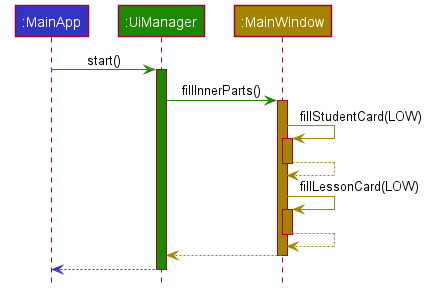
The PlantUML diagram docs/images/CardUiSequenceLaunch.png in nus-cs2103-AY2122S1/tp, before a commit.
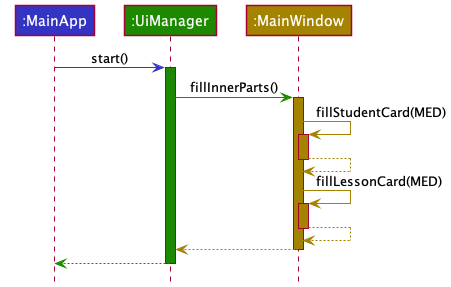
Above is the later version.

The edit, as a diff of the source:
```diff
@@ -5,19 +5,19 @@
 Participant ":UiManager" as ui UI_COLOR
 Participant ":MainWindow" as mainWin STORAGE_COLOR
 
-mainApp -[UI_COLOR]> ui: start()
+mainApp -[LOGIC_COLOR]> ui: start()
 activate ui UI_COLOR
 
 
 ui -[UI_COLOR]> mainWin : fillInnerParts()
 activate mainWin STORAGE_COLOR
 
-mainWin -[STORAGE_COLOR]> mainWin: fillStudentCard(LOW)
+mainWin -[STORAGE_COLOR]> mainWin: fillStudentCard(MED)
 activate mainWin STORAGE_COLOR
 mainWin --[STORAGE_COLOR]> mainWin
 deactivate mainWin STORAGE_COLOR
 
-mainWin -[STORAGE_COLOR]> mainWin: fillLessonCard(LOW)
+mainWin -[STORAGE_COLOR]> mainWin: fillLessonCard(MED)
 activate mainWin STORAGE_COLOR
 mainWin --[STORAGE_COLOR]> mainWin
 deactivate mainWin STORAGE_COLOR
@@ -25,7 +25,7 @@
 mainWin -[STORAGE_COLOR]-> ui
 deactivate mainWin STORAGE_COLOR
 
-ui -[LOGIC_COLOR]-> mainApp
+ui -[UI_COLOR]-> mainApp
 deactivate ui
 
 @enduml
```
